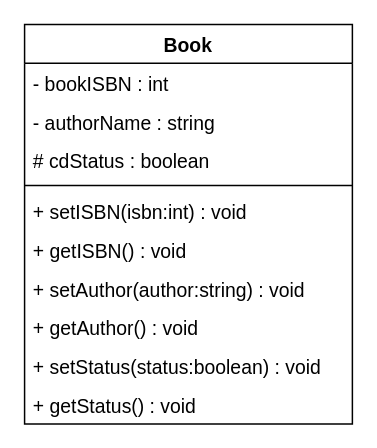
Before: E2ClassDiagram.drawio in yunee01/W2, a draw.io diagram. Source tidied: cells renumbered, new cells numbered last; positions are measured from the earlier drawing's top-left corner, leaving out a move shared by most shapes. Both pictures are drawn from the tidied source at 149%, with x=0, y=0 at pixel (24, 24).
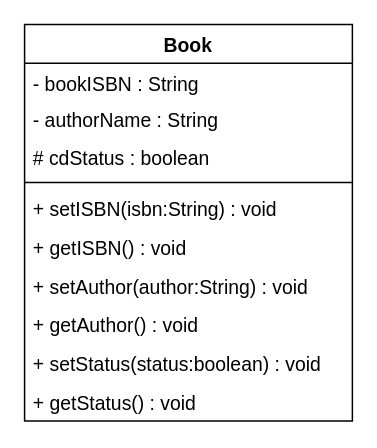
The same page after the edit.

The edit, as a diff of the source:
```diff
@@
 <mxGraphModel>
   <root>
     <mxCell id="0" />
     <mxCell id="1" parent="0" />
     <mxCell id="2" value="Book" style="swimlane;fontStyle=1;align=center;verticalAlign=top;horizontal=1;startSize=26;fontSize=13;" parent="1" vertex="1">
-      <mxGeometry width="220" height="268" as="geometry" />
+      <mxGeometry width="220" height="266" as="geometry" />
     </mxCell>
-    <mxCell id="3" value="- bookISBN : int" style="text;strokeColor=none;fillColor=none;align=left;verticalAlign=top;spacingLeft=4;spacingRight=4;overflow=hidden;fontSize=13;" parent="2" vertex="1">
-      <mxGeometry y="26" width="220" height="26" as="geometry" />
+    <mxCell id="3" value="- bookISBN : String" style="text;strokeColor=none;fillColor=none;align=left;verticalAlign=top;spacingLeft=4;spacingRight=4;overflow=hidden;fontSize=13;" parent="2" vertex="1">
+      <mxGeometry y="26" width="220" height="24" as="geometry" />
     </mxCell>
-    <mxCell id="4" value="- authorName : string" style="text;strokeColor=none;fillColor=none;align=left;verticalAlign=top;spacingLeft=4;spacingRight=4;overflow=hidden;fontSize=13;" parent="2" vertex="1">
-      <mxGeometry y="52" width="220" height="26" as="geometry" />
+    <mxCell id="4" value="- authorName : String" style="text;strokeColor=none;fillColor=none;align=left;verticalAlign=top;spacingLeft=4;spacingRight=4;overflow=hidden;fontSize=13;" parent="2" vertex="1">
+      <mxGeometry y="50" width="220" height="26" as="geometry" />
     </mxCell>
     <mxCell id="5" value="# cdStatus : boolean" style="text;strokeColor=none;fillColor=none;align=left;verticalAlign=top;spacingLeft=4;spacingRight=4;overflow=hidden;fontSize=13;" parent="2" vertex="1">
-      <mxGeometry y="78" width="220" height="26" as="geometry" />
+      <mxGeometry y="76" width="220" height="26" as="geometry" />
     </mxCell>
     <mxCell id="6" style="line;strokeWidth=1;fillColor=none;align=left;verticalAlign=middle;spacingTop=-1;spacingLeft=3;spacingRight=3;labelPosition=right;fontSize=13;" parent="2" vertex="1">
-      <mxGeometry y="104" width="220" height="8" as="geometry" />
+      <mxGeometry y="102" width="220" height="8" as="geometry" />
     </mxCell>
-    <mxCell id="7" value="+ setISBN(isbn:int) : void" style="text;strokeColor=none;fillColor=none;align=left;verticalAlign=top;spacingLeft=4;spacingRight=4;overflow=hidden;fontSize=13;" parent="2" vertex="1">
-      <mxGeometry y="112" width="220" height="26" as="geometry" />
+    <mxCell id="7" value="+ setISBN(isbn:String) : void" style="text;strokeColor=none;fillColor=none;align=left;verticalAlign=top;spacingLeft=4;spacingRight=4;overflow=hidden;fontSize=13;" parent="2" vertex="1">
+      <mxGeometry y="110" width="220" height="26" as="geometry" />
     </mxCell>
     <mxCell id="8" value="+ getISBN() : void" style="text;strokeColor=none;fillColor=none;align=left;verticalAlign=top;spacingLeft=4;spacingRight=4;overflow=hidden;fontSize=13;" parent="2" vertex="1">
-      <mxGeometry y="138" width="220" height="26" as="geometry" />
+      <mxGeometry y="136" width="220" height="26" as="geometry" />
     </mxCell>
-    <mxCell id="9" value="+ setAuthor(author:string) : void" style="text;strokeColor=none;fillColor=none;align=left;verticalAlign=top;spacingLeft=4;spacingRight=4;overflow=hidden;fontSize=13;" parent="2" vertex="1">
-      <mxGeometry y="164" width="220" height="26" as="geometry" />
+    <mxCell id="9" value="+ setAuthor(author:String) : void" style="text;strokeColor=none;fillColor=none;align=left;verticalAlign=top;spacingLeft=4;spacingRight=4;overflow=hidden;fontSize=13;" parent="2" vertex="1">
+      <mxGeometry y="162" width="220" height="26" as="geometry" />
     </mxCell>
     <mxCell id="10" value="+ getAuthor() : void" style="text;strokeColor=none;fillColor=none;align=left;verticalAlign=top;spacingLeft=4;spacingRight=4;overflow=hidden;fontSize=13;" parent="2" vertex="1">
-      <mxGeometry y="190" width="220" height="26" as="geometry" />
+      <mxGeometry y="188" width="220" height="26" as="geometry" />
     </mxCell>
     <mxCell id="11" value="+ setStatus(status:boolean) : void" style="text;strokeColor=none;fillColor=none;align=left;verticalAlign=top;spacingLeft=4;spacingRight=4;overflow=hidden;fontSize=13;" parent="2" vertex="1">
-      <mxGeometry y="216" width="220" height="26" as="geometry" />
+      <mxGeometry y="214" width="220" height="26" as="geometry" />
     </mxCell>
     <mxCell id="12" value="+ getStatus() : void" style="text;strokeColor=none;fillColor=none;align=left;verticalAlign=top;spacingLeft=4;spacingRight=4;overflow=hidden;fontSize=13;" parent="2" vertex="1">
-      <mxGeometry y="242" width="220" height="26" as="geometry" />
+      <mxGeometry y="240" width="220" height="26" as="geometry" />
     </mxCell>
   </root>
 </mxGraphModel>
```
